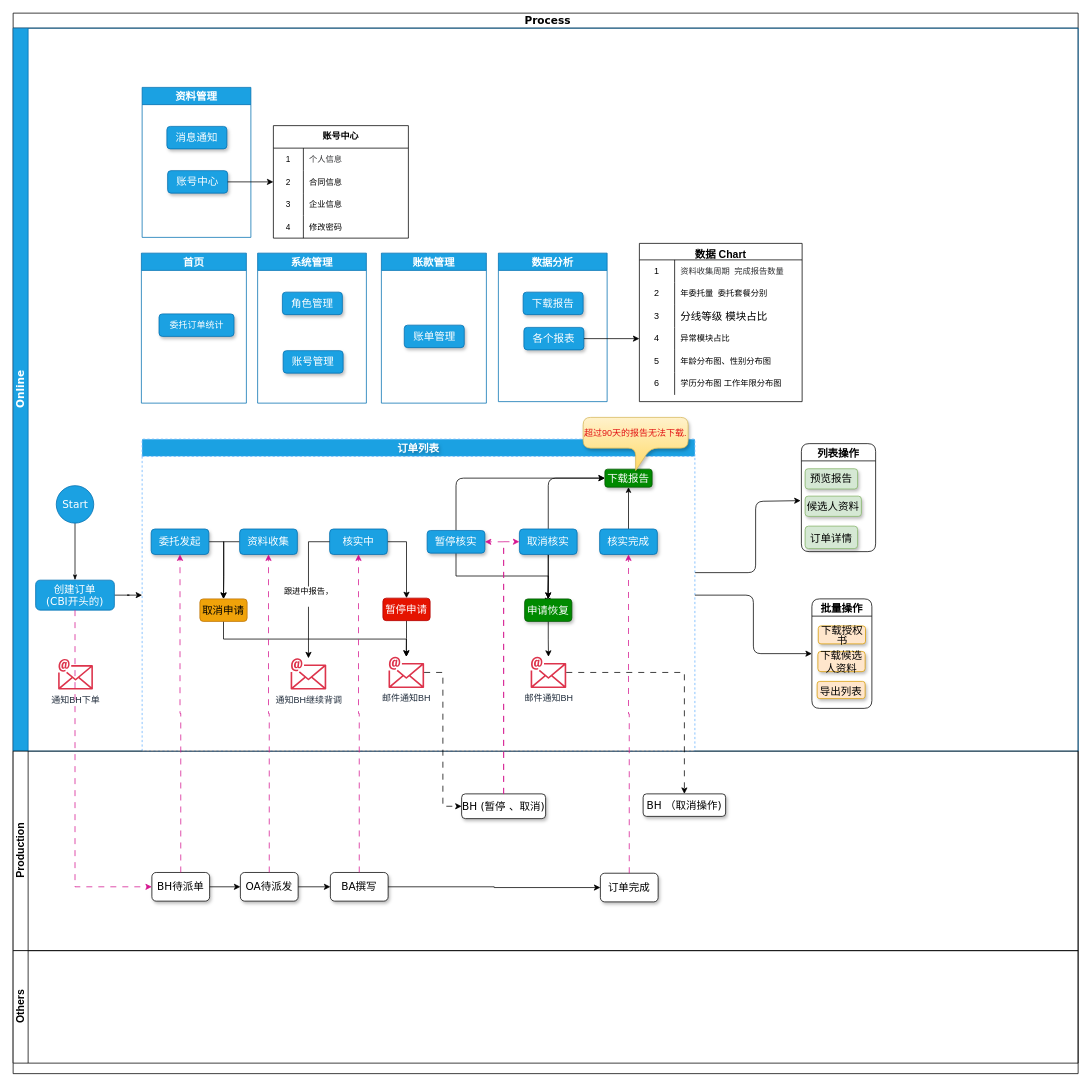
romon-liangbo/draw keeps this draw.io diagram as 3.drawio. Above is the earlier version. Source tidied: cells renumbered, new cells numbered last; positions are measured from the earlier drawing's top-left corner, leaving out a move shared by most shapes. Both pictures are drawn from the tidied source at 75%, with x=0, y=0 at pixel (13, 13).
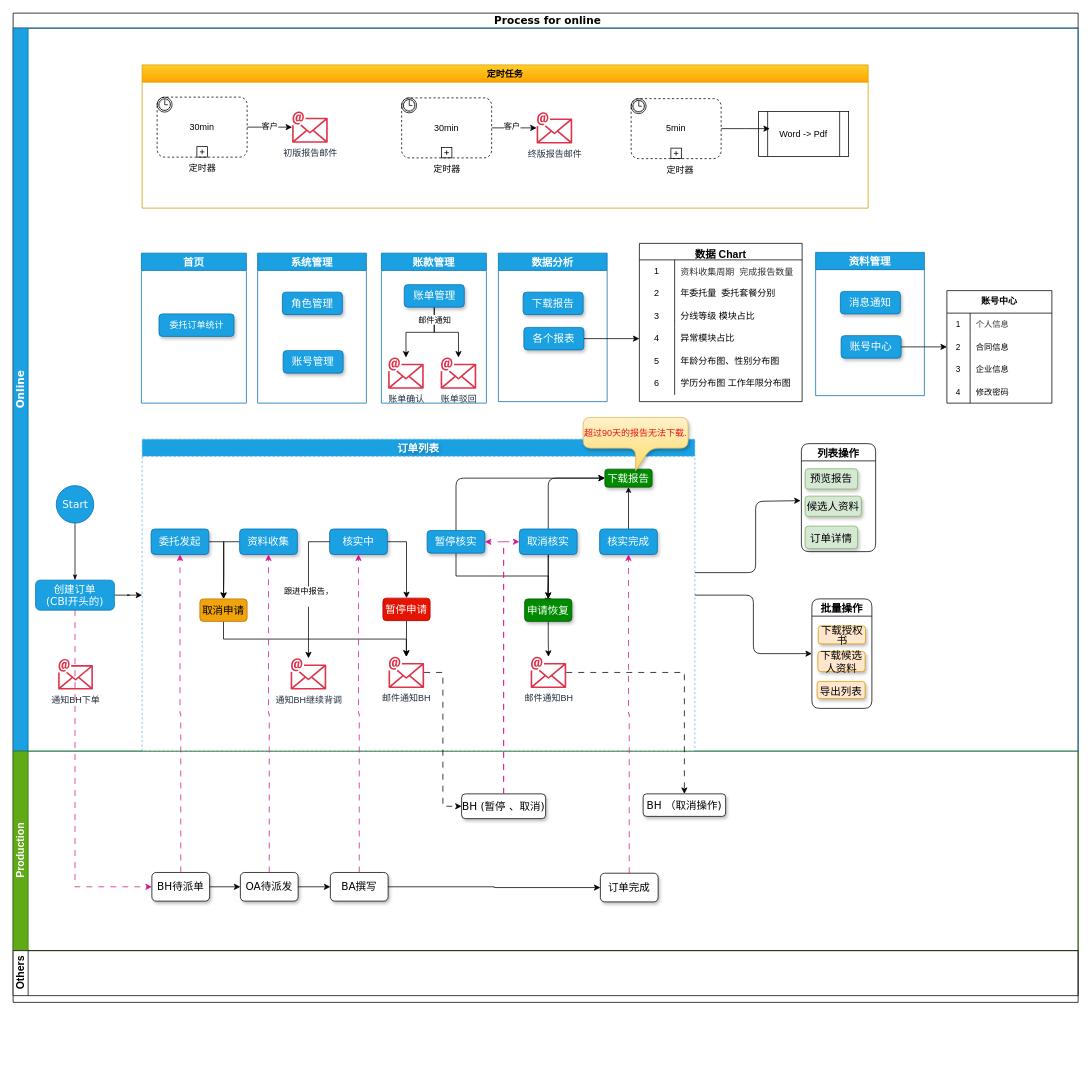
The same page after the edit.

The change refers to these unchanged cells:
```xml
<mxCell id="16" value="账款管理" style="swimlane;whiteSpace=wrap;html=1;startSize=23;fontSize=14;direction=east;fillColor=#1ba1e2;fontColor=#ffffff;strokeColor=#006EAF;" parent="3" vertex="1">
  <mxGeometry x="491" y="300" width="140" height="200" as="geometry" />
</mxCell>
<mxCell id="94" value="数据 Chart" style="shape=table;startSize=22;childLayout=tableLayout;rowLines=0;strokeColor=default;horizontal=1;verticalAlign=top;align=center;fontSize=14;fontStyle=1;" parent="1" vertex="1">
  <mxGeometry x="835" y="307" width="217" height="211" as="geometry" />
</mxCell>
```

The edit, as a diff of the source:
```diff
@@
-    <mxCell id="2" value="&amp;nbsp;Process" style="swimlane;html=1;horizontal=1;startSize=20;rounded=0;shadow=0;labelBackgroundColor=default;strokeWidth=1;fontFamily=Verdana;fontSize=14;align=center;arcSize=17;" parent="1" vertex="1">
-      <mxGeometry width="1420" height="1414" as="geometry" />
+    <mxCell id="2" value="&amp;nbsp;Process for online" style="swimlane;html=1;horizontal=1;startSize=20;rounded=0;shadow=0;labelBackgroundColor=default;strokeWidth=1;fontFamily=Verdana;fontSize=14;align=center;arcSize=17;" parent="1" vertex="1">
+      <mxGeometry width="1420" height="1319" as="geometry" />
     </mxCell>
-    <mxCell id="3" value="&lt;font face=&quot;Verdana&quot; style=&quot;font-size: 14px;&quot;&gt;&lt;b style=&quot;font-size: 14px;&quot;&gt;Online&lt;/b&gt;&lt;/font&gt;" style="swimlane;html=1;startSize=20;horizontal=0;fontSize=14;fontStyle=0;fillColor=#1ba1e2;strokeColor=#006EAF;fontColor=#ffffff;fillStyle=auto;rounded=0;" parent="2" vertex="1">
+    <mxCell id="3" value="&lt;font face=&quot;Verdana&quot; style=&quot;font-size: 14px;&quot;&gt;&lt;b style=&quot;font-size: 14px;&quot;&gt;Online&lt;/b&gt;&lt;/font&gt;" style="swimlane;html=1;startSize=20;horizontal=0;fontSize=14;fontStyle=0;fillColor=#1ba1e2;strokeColor=#006EAF;fontColor=#ffffff;fillStyle=auto;rounded=0;whiteSpace=wrap;" parent="2" vertex="1">
       <mxGeometry y="20" width="1420" height="964" as="geometry" />
     </mxCell>
@@
+    <mxCell id="115" style="edgeStyle=orthogonalEdgeStyle;rounded=0;jettySize=auto;html=1;" parent="16" edge="1" source="17" target="118">
+      <mxGeometry relative="1" as="geometry" />
+    </mxCell>
+    <mxCell id="116" style="edgeStyle=orthogonalEdgeStyle;rounded=0;jettySize=auto;html=1;" parent="16" edge="1" source="17" target="119">
+      <mxGeometry relative="1" as="geometry" />
+    </mxCell>
+    <mxCell id="117" value="邮件通知" style="edgeLabel;html=1;align=center;verticalAlign=middle;" parent="116" vertex="1">
+      <mxGeometry x="-0.69" relative="1" as="geometry" />
+    </mxCell>
     <mxCell id="17" value="账单管理" style="rounded=1;whiteSpace=wrap;html=1;shadow=1;labelBackgroundColor=none;strokeWidth=1;fontFamily=Verdana;fontSize=14;align=center;fillColor=#1ba1e2;fontColor=#ffffff;strokeColor=#006EAF;" parent="16" vertex="1">
-      <mxGeometry x="30.5" y="96" width="80" height="30" as="geometry" />
+      <mxGeometry x="30.5" y="42" width="80" height="30" as="geometry" />
     </mxCell>
+    <mxCell id="118" value="账单驳回" style="sketch=0;outlineConnect=0;fontColor=#232F3E;gradientColor=none;fillColor=#DD344C;strokeColor=none;dashed=0;verticalLabelPosition=bottom;verticalAlign=top;align=center;html=1;fontSize=12;fontStyle=0;shape=mxgraph.aws4.email;" parent="16" vertex="1">
+      <mxGeometry x="79" y="139" width="47.5" height="42" as="geometry" />
+    </mxCell>
+    <mxCell id="119" value="账单确认" style="sketch=0;outlineConnect=0;fontColor=#232F3E;gradientColor=none;fillColor=#DD344C;strokeColor=none;dashed=0;verticalLabelPosition=bottom;verticalAlign=top;align=center;html=1;fontSize=12;fontStyle=0;shape=mxgraph.aws4.email;" parent="16" vertex="1">
+      <mxGeometry x="9" y="139" width="47.5" height="42" as="geometry" />
+    </mxCell>
     <mxCell id="18" value="资料管理" style="swimlane;whiteSpace=wrap;html=1;fontSize=14;fillColor=#1ba1e2;fontColor=#ffffff;strokeColor=#006EAF;" parent="3" vertex="1">
-      <mxGeometry x="172" y="79" width="145" height="200" as="geometry" />
+      <mxGeometry x="1070" y="299" width="145" height="191" as="geometry" />
     </mxCell>
@@
     <mxCell id="21" value="账号中心" style="shape=table;startSize=30;childLayout=tableLayout;rowLines=0;strokeColor=default;horizontal=1;verticalAlign=top;align=center;fontSize=12;fontStyle=1;" parent="3" vertex="1">
-      <mxGeometry x="347" y="130" width="180" height="150" as="geometry" />
+      <mxGeometry x="1245" y="350" width="140" height="150" as="geometry" />
     </mxCell>
     <mxCell id="22" style="shape=tableRow;horizontal=0;startSize=0;swimlaneHead=0;swimlaneBody=0;top=0;left=0;bottom=0;right=0;fillColor=none;strokeColor=inherit;fontSize=14;" parent="21" vertex="1">
-      <mxGeometry y="30" width="180" height="30" as="geometry" />
+      <mxGeometry y="30" width="140" height="30" as="geometry" />
     </mxCell>
     <mxCell id="23" value="1" style="shape=partialRectangle;html=1;whiteSpace=wrap;fillColor=none;top=0;left=0;bottom=0;right=0;overflow=hidden;strokeColor=inherit;fontSize=11;" parent="22" vertex="1">
-      <mxGeometry width="40" height="30" as="geometry" />
+      <mxGeometry width="31" height="30" as="geometry" />
     </mxCell>
     <mxCell id="24" value="&lt;div style=&quot;font-size: 11px;&quot;&gt;&lt;span style=&quot;color: rgb(48, 49, 51); font-family: &amp;quot;Helvetica Neue&amp;quot;, Helvetica, &amp;quot;PingFang SC&amp;quot;, &amp;quot;Hiragino Sans GB&amp;quot;, &amp;quot;Microsoft YaHei&amp;quot;, Arial, sans-serif; font-size: 11px; text-wrap: nowrap; background-color: initial;&quot;&gt;个人信息&lt;/span&gt;&lt;br style=&quot;font-size: 11px;&quot;&gt;&lt;/div&gt;" style="shape=partialRectangle;html=1;whiteSpace=wrap;fillColor=none;top=0;left=0;bottom=0;right=0;align=left;spacingLeft=6;overflow=hidden;strokeColor=inherit;fontSize=11;" parent="22" vertex="1">
-      <mxGeometry x="40" width="140" height="30" as="geometry" />
+      <mxGeometry x="31" width="109" height="30" as="geometry" />
     </mxCell>
     <mxCell id="25" style="shape=tableRow;horizontal=0;startSize=0;swimlaneHead=0;swimlaneBody=0;top=0;left=0;bottom=0;right=0;fillColor=none;points=[[0,0.5],[1,0.5]];portConstraint=eastwest;strokeColor=inherit;fontSize=14;" parent="21" vertex="1">
-      <mxGeometry y="60" width="180" height="30" as="geometry" />
+      <mxGeometry y="60" width="140" height="30" as="geometry" />
     </mxCell>
     <mxCell id="26" value="2" style="shape=partialRectangle;html=1;whiteSpace=wrap;fillColor=none;top=0;left=0;bottom=0;right=0;overflow=hidden;strokeColor=inherit;fontSize=11;" parent="25" vertex="1">
-      <mxGeometry width="40" height="30" as="geometry" />
+      <mxGeometry width="31" height="30" as="geometry" />
     </mxCell>
     <mxCell id="27" value="合同信息" style="shape=partialRectangle;html=1;whiteSpace=wrap;fillColor=none;top=0;left=0;bottom=0;right=0;align=left;spacingLeft=6;overflow=hidden;strokeColor=inherit;fontSize=11;" parent="25" vertex="1">
-      <mxGeometry x="40" width="140" height="30" as="geometry" />
+      <mxGeometry x="31" width="109" height="30" as="geometry" />
     </mxCell>
     <mxCell id="28" style="shape=tableRow;horizontal=0;startSize=0;swimlaneHead=0;swimlaneBody=0;top=0;left=0;bottom=0;right=0;fillColor=none;strokeColor=inherit;fontSize=14;" parent="21" vertex="1">
-      <mxGeometry y="90" width="180" height="30" as="geometry" />
+      <mxGeometry y="90" width="140" height="30" as="geometry" />
     </mxCell>
     <mxCell id="29" value="3" style="shape=partialRectangle;html=1;whiteSpace=wrap;fillColor=none;top=0;left=0;bottom=0;right=0;overflow=hidden;strokeColor=inherit;fontSize=11;" parent="28" vertex="1">
-      <mxGeometry width="40" height="30" as="geometry" />
+      <mxGeometry width="31" height="30" as="geometry" />
     </mxCell>
     <mxCell id="30" value="企业信息" style="shape=partialRectangle;html=1;whiteSpace=wrap;fillColor=none;top=0;left=0;bottom=0;right=0;align=left;spacingLeft=6;overflow=hidden;strokeColor=inherit;fontSize=11;" parent="28" vertex="1">
-      <mxGeometry x="40" width="140" height="30" as="geometry" />
+      <mxGeometry x="31" width="109" height="30" as="geometry" />
     </mxCell>
     <mxCell id="31" style="shape=tableRow;horizontal=0;startSize=0;swimlaneHead=0;swimlaneBody=0;top=0;left=0;bottom=0;right=0;fillColor=none;strokeColor=inherit;fontSize=14;" parent="21" vertex="1">
-      <mxGeometry y="120" width="180" height="30" as="geometry" />
+      <mxGeometry y="120" width="140" height="30" as="geometry" />
     </mxCell>
     <mxCell id="32" value="4" style="shape=partialRectangle;html=1;whiteSpace=wrap;fillColor=none;top=0;left=0;bottom=0;right=0;overflow=hidden;strokeColor=inherit;fontSize=11;" parent="31" vertex="1">
-      <mxGeometry width="40" height="30" as="geometry" />
+      <mxGeometry width="31" height="30" as="geometry" />
     </mxCell>
     <mxCell id="33" value="修改密码" style="shape=partialRectangle;html=1;whiteSpace=wrap;fillColor=none;top=0;left=0;bottom=0;right=0;align=left;spacingLeft=6;overflow=hidden;strokeColor=inherit;fontSize=11;" parent="31" vertex="1">
-      <mxGeometry x="40" width="140" height="30" as="geometry" />
+      <mxGeometry x="31" width="109" height="30" as="geometry" />
     </mxCell>
@@
+    <mxCell id="120" style="edgeStyle=orthogonalEdgeStyle;rounded=0;jettySize=auto;html=1;" parent="3" edge="1" source="122" target="123">
+      <mxGeometry relative="1" as="geometry" />
+    </mxCell>
+    <mxCell id="121" value="客户" style="edgeLabel;html=1;align=center;verticalAlign=middle;" parent="120" vertex="1">
+      <mxGeometry x="-0.03" y="2" relative="1" as="geometry" />
+    </mxCell>
+    <mxCell id="122" value="30min" style="points=[[0.25,0,0],[0.5,0,0],[0.75,0,0],[1,0.25,0],[1,0.5,0],[1,0.75,0],[0.75,1,0],[0.5,1,0],[0.25,1,0],[0,0.75,0],[0,0.5,0],[0,0.25,0]];shape=mxgraph.bpmn.task;whiteSpace=wrap;rectStyle=rounded;size=10;html=1;taskMarker=abstract;bpmnShapeType=subprocess;isLoopSub=1;outline=eventInt;symbol=timer;" parent="3" vertex="1">
+      <mxGeometry x="192" y="92" width="120" height="80" as="geometry" />
+    </mxCell>
+    <mxCell id="123" value="初版报告邮件" style="sketch=0;outlineConnect=0;fontColor=#232F3E;gradientColor=none;fillColor=#DD344C;strokeColor=none;dashed=0;verticalLabelPosition=bottom;verticalAlign=top;align=center;html=1;fontSize=12;fontStyle=0;shape=mxgraph.aws4.email;" parent="3" vertex="1">
+      <mxGeometry x="372" y="111" width="47.5" height="42" as="geometry" />
+    </mxCell>
+    <mxCell id="124" value="定时器" style="text;html=1;align=center;verticalAlign=middle;strokeColor=none;fillColor=none;" parent="3" vertex="1">
+      <mxGeometry x="222" y="172" width="60" height="30" as="geometry" />
+    </mxCell>
+    <mxCell id="125" value="Word -&amp;gt; Pdf" style="shape=process;whiteSpace=wrap;html=1;backgroundOutline=1;" parent="3" vertex="1">
+      <mxGeometry x="994" y="111" width="120" height="60" as="geometry" />
+    </mxCell>
+    <mxCell id="126" value="定时任务" style="swimlane;whiteSpace=wrap;html=1;fillColor=#ffcd28;strokeColor=#d79b00;gradientColor=#ffa500;" parent="3" vertex="1">
+      <mxGeometry x="172" y="49" width="968" height="191" as="geometry" />
+    </mxCell>
-    <mxCell id="67" value="&lt;font style=&quot;font-size: 14px;&quot;&gt;Production&lt;/font&gt;" style="swimlane;html=1;startSize=20;horizontal=0;fontSize=14;" parent="2" vertex="1">
+    <mxCell id="67" value="&lt;font style=&quot;font-size: 14px;&quot;&gt;Production&lt;/font&gt;" style="swimlane;html=1;startSize=20;horizontal=0;fontSize=14;fillColor=#60a917;fontColor=#ffffff;strokeColor=#2D7600;" parent="2" vertex="1">
       <mxGeometry y="984" width="1420" height="266" as="geometry" />
     </mxCell>
@@
     <mxCell id="72" value="Others" style="swimlane;html=1;startSize=20;horizontal=0;fontSize=14;" parent="2" vertex="1">
-      <mxGeometry y="1250" width="1420" height="150" as="geometry" />
+      <mxGeometry y="1250" width="1420" height="60" as="geometry" />
     </mxCell>
@@
-    <mxCell id="95" style="shape=tableRow;horizontal=0;startSize=0;swimlaneHead=0;swimlaneBody=0;top=0;left=0;bottom=0;right=0;fillColor=none;strokeColor=inherit;fontSize=14;" parent="94" vertex="1">
+    <mxCell id="95" style="shape=tableRow;horizontal=0;startSize=0;swimlaneHead=0;swimlaneBody=0;top=0;left=0;bottom=0;right=0;fillColor=none;strokeColor=inherit;fontSize=12;" parent="94" vertex="1">
       <mxGeometry y="22" width="217" height="30" as="geometry" />
     </mxCell>
@@
-    <mxCell id="97" value="&lt;div style=&quot;font-size: 11px;&quot;&gt;&lt;font color=&quot;#303133&quot; face=&quot;Helvetica Neue, Helvetica, PingFang SC, Hiragino Sans GB, Microsoft YaHei, Arial, sans-serif&quot; style=&quot;font-size: 11px;&quot;&gt;&lt;span style=&quot;text-wrap: nowrap; font-size: 11px;&quot;&gt;资料收集周期&amp;nbsp; 完成报告数量&lt;/span&gt;&lt;/font&gt;&lt;/div&gt;" style="shape=partialRectangle;html=1;whiteSpace=wrap;fillColor=none;top=0;left=0;bottom=0;right=0;align=left;spacingLeft=6;overflow=hidden;strokeColor=inherit;fontSize=11;" parent="95" vertex="1">
+    <mxCell id="97" value="&lt;div style=&quot;font-size: 12px;&quot;&gt;&lt;font color=&quot;#303133&quot; face=&quot;Helvetica Neue, Helvetica, PingFang SC, Hiragino Sans GB, Microsoft YaHei, Arial, sans-serif&quot; style=&quot;font-size: 12px;&quot;&gt;&lt;span style=&quot;text-wrap: nowrap; font-size: 12px;&quot;&gt;资料收集周期&amp;nbsp; 完成报告数量&lt;/span&gt;&lt;/font&gt;&lt;/div&gt;" style="shape=partialRectangle;html=1;whiteSpace=wrap;fillColor=none;top=0;left=0;bottom=0;right=0;align=left;spacingLeft=6;overflow=hidden;strokeColor=inherit;fontSize=12;" parent="95" vertex="1">
       <mxGeometry x="47" width="170" height="30" as="geometry" />
     </mxCell>
-    <mxCell id="98" style="shape=tableRow;horizontal=0;startSize=0;swimlaneHead=0;swimlaneBody=0;top=0;left=0;bottom=0;right=0;fillColor=none;strokeColor=inherit;fontSize=14;" parent="94" vertex="1">
+    <mxCell id="98" style="shape=tableRow;horizontal=0;startSize=0;swimlaneHead=0;swimlaneBody=0;top=0;left=0;bottom=0;right=0;fillColor=none;strokeColor=inherit;fontSize=12;" parent="94" vertex="1">
       <mxGeometry y="52" width="217" height="30" as="geometry" />
     </mxCell>
@@
-    <mxCell id="100" value="年委托量&amp;nbsp; 委托套餐分别" style="shape=partialRectangle;html=1;whiteSpace=wrap;fillColor=none;top=0;left=0;bottom=0;right=0;align=left;spacingLeft=6;overflow=hidden;strokeColor=inherit;fontSize=11;" parent="98" vertex="1">
+    <mxCell id="100" value="年委托量&amp;nbsp; 委托套餐分别" style="shape=partialRectangle;html=1;whiteSpace=wrap;fillColor=none;top=0;left=0;bottom=0;right=0;align=left;spacingLeft=6;overflow=hidden;strokeColor=inherit;fontSize=12;" parent="98" vertex="1">
       <mxGeometry x="47" width="170" height="30" as="geometry" />
     </mxCell>
-    <mxCell id="101" style="shape=tableRow;horizontal=0;startSize=0;swimlaneHead=0;swimlaneBody=0;top=0;left=0;bottom=0;right=0;fillColor=none;strokeColor=inherit;fontSize=14;" parent="94" vertex="1">
+    <mxCell id="101" style="shape=tableRow;horizontal=0;startSize=0;swimlaneHead=0;swimlaneBody=0;top=0;left=0;bottom=0;right=0;fillColor=none;strokeColor=inherit;fontSize=12;" parent="94" vertex="1">
       <mxGeometry y="82" width="217" height="30" as="geometry" />
     </mxCell>
@@
-    <mxCell id="103" value="分线等级 模块占比" style="shape=partialRectangle;html=1;whiteSpace=wrap;fillColor=none;top=0;left=0;bottom=0;right=0;align=left;spacingLeft=6;overflow=hidden;strokeColor=inherit;fontSize=14;" parent="101" vertex="1">
+    <mxCell id="103" value="分线等级 模块占比" style="shape=partialRectangle;html=1;whiteSpace=wrap;fillColor=none;top=0;left=0;bottom=0;right=0;align=left;spacingLeft=6;overflow=hidden;strokeColor=inherit;fontSize=12;" parent="101" vertex="1">
       <mxGeometry x="47" width="170" height="30" as="geometry" />
     </mxCell>
-    <mxCell id="104" style="shape=tableRow;horizontal=0;startSize=0;swimlaneHead=0;swimlaneBody=0;top=0;left=0;bottom=0;right=0;fillColor=none;points=[[0,0.5],[1,0.5]];portConstraint=eastwest;strokeColor=inherit;fontSize=14;" parent="94" vertex="1">
+    <mxCell id="104" style="shape=tableRow;horizontal=0;startSize=0;swimlaneHead=0;swimlaneBody=0;top=0;left=0;bottom=0;right=0;fillColor=none;points=[[0,0.5],[1,0.5]];portConstraint=eastwest;strokeColor=inherit;fontSize=12;" parent="94" vertex="1">
       <mxGeometry y="112" width="217" height="30" as="geometry" />
     </mxCell>
@@
-    <mxCell id="106" value="异常模块占比" style="shape=partialRectangle;html=1;whiteSpace=wrap;fillColor=none;top=0;left=0;bottom=0;right=0;align=left;spacingLeft=6;overflow=hidden;strokeColor=inherit;fontSize=11;" parent="104" vertex="1">
+    <mxCell id="106" value="异常模块占比" style="shape=partialRectangle;html=1;whiteSpace=wrap;fillColor=none;top=0;left=0;bottom=0;right=0;align=left;spacingLeft=6;overflow=hidden;strokeColor=inherit;fontSize=12;" parent="104" vertex="1">
       <mxGeometry x="47" width="170" height="30" as="geometry" />
     </mxCell>
-    <mxCell id="107" style="shape=tableRow;horizontal=0;startSize=0;swimlaneHead=0;swimlaneBody=0;top=0;left=0;bottom=0;right=0;fillColor=none;strokeColor=inherit;fontSize=14;" parent="94" vertex="1">
+    <mxCell id="107" style="shape=tableRow;horizontal=0;startSize=0;swimlaneHead=0;swimlaneBody=0;top=0;left=0;bottom=0;right=0;fillColor=none;strokeColor=inherit;fontSize=12;" parent="94" vertex="1">
       <mxGeometry y="142" width="217" height="30" as="geometry" />
     </mxCell>
@@
-    <mxCell id="109" value="年龄分布图、性别分布图" style="shape=partialRectangle;html=1;whiteSpace=wrap;fillColor=none;top=0;left=0;bottom=0;right=0;align=left;spacingLeft=6;overflow=hidden;strokeColor=inherit;fontSize=11;" parent="107" vertex="1">
+    <mxCell id="109" value="年龄分布图、性别分布图" style="shape=partialRectangle;html=1;whiteSpace=wrap;fillColor=none;top=0;left=0;bottom=0;right=0;align=left;spacingLeft=6;overflow=hidden;strokeColor=inherit;fontSize=12;" parent="107" vertex="1">
       <mxGeometry x="47" width="170" height="30" as="geometry" />
     </mxCell>
-    <mxCell id="110" style="shape=tableRow;horizontal=0;startSize=0;swimlaneHead=0;swimlaneBody=0;top=0;left=0;bottom=0;right=0;fillColor=none;strokeColor=inherit;fontSize=14;" parent="94" vertex="1">
+    <mxCell id="110" style="shape=tableRow;horizontal=0;startSize=0;swimlaneHead=0;swimlaneBody=0;top=0;left=0;bottom=0;right=0;fillColor=none;strokeColor=inherit;fontSize=12;" parent="94" vertex="1">
       <mxGeometry y="172" width="217" height="30" as="geometry" />
     </mxCell>
@@
-    <mxCell id="112" value="学历分布图 工作年限分布图" style="shape=partialRectangle;html=1;whiteSpace=wrap;fillColor=none;top=0;left=0;bottom=0;right=0;align=left;spacingLeft=6;overflow=hidden;strokeColor=inherit;fontSize=11;" parent="110" vertex="1">
+    <mxCell id="112" value="学历分布图 工作年限分布图" style="shape=partialRectangle;html=1;whiteSpace=wrap;fillColor=none;top=0;left=0;bottom=0;right=0;align=left;spacingLeft=6;overflow=hidden;strokeColor=inherit;fontSize=12;" parent="110" vertex="1">
       <mxGeometry x="47" width="170" height="30" as="geometry" />
     </mxCell>
@@
+    <mxCell id="127" style="edgeStyle=orthogonalEdgeStyle;rounded=0;jettySize=auto;html=1;" parent="1" edge="1" source="129" target="130">
+      <mxGeometry relative="1" as="geometry" />
+    </mxCell>
+    <mxCell id="128" value="客户" style="edgeLabel;html=1;align=center;verticalAlign=middle;" parent="127" vertex="1">
+      <mxGeometry x="-0.13" y="3" relative="1" as="geometry" />
+    </mxCell>
+    <mxCell id="129" value="30min" style="points=[[0.25,0,0],[0.5,0,0],[0.75,0,0],[1,0.25,0],[1,0.5,0],[1,0.75,0],[0.75,1,0],[0.5,1,0],[0.25,1,0],[0,0.75,0],[0,0.5,0],[0,0.25,0]];shape=mxgraph.bpmn.task;whiteSpace=wrap;rectStyle=rounded;size=10;html=1;taskMarker=abstract;bpmnShapeType=subprocess;isLoopSub=1;outline=eventInt;symbol=timer;" parent="1" vertex="1">
+      <mxGeometry x="518" y="113" width="120" height="80" as="geometry" />
+    </mxCell>
+    <mxCell id="130" value="终版报告邮件" style="sketch=0;outlineConnect=0;fontColor=#232F3E;gradientColor=none;fillColor=#DD344C;strokeColor=none;dashed=0;verticalLabelPosition=bottom;verticalAlign=top;align=center;html=1;fontSize=12;fontStyle=0;shape=mxgraph.aws4.email;" parent="1" vertex="1">
+      <mxGeometry x="698" y="132" width="47.5" height="42" as="geometry" />
+    </mxCell>
+    <mxCell id="131" value="定时器" style="text;html=1;align=center;verticalAlign=middle;strokeColor=none;fillColor=none;" parent="1" vertex="1">
+      <mxGeometry x="548" y="193" width="60" height="30" as="geometry" />
+    </mxCell>
+    <mxCell id="132" style="edgeStyle=orthogonalEdgeStyle;rounded=0;jettySize=auto;html=1;" parent="1" edge="1" source="133">
+      <mxGeometry relative="1" as="geometry">
+        <mxPoint x="1009" y="154" as="targetPoint" />
+      </mxGeometry>
+    </mxCell>
+    <mxCell id="133" value="5min" style="points=[[0.25,0,0],[0.5,0,0],[0.75,0,0],[1,0.25,0],[1,0.5,0],[1,0.75,0],[0.75,1,0],[0.5,1,0],[0.25,1,0],[0,0.75,0],[0,0.5,0],[0,0.25,0]];shape=mxgraph.bpmn.task;whiteSpace=wrap;rectStyle=rounded;size=10;html=1;taskMarker=abstract;bpmnShapeType=subprocess;isLoopSub=1;outline=eventInt;symbol=timer;" parent="1" vertex="1">
+      <mxGeometry x="824" y="114" width="120" height="80" as="geometry" />
+    </mxCell>
+    <mxCell id="134" value="定时器" style="text;html=1;align=center;verticalAlign=middle;strokeColor=none;fillColor=none;" parent="1" vertex="1">
+      <mxGeometry x="859" y="194" width="60" height="30" as="geometry" />
+    </mxCell>
```
